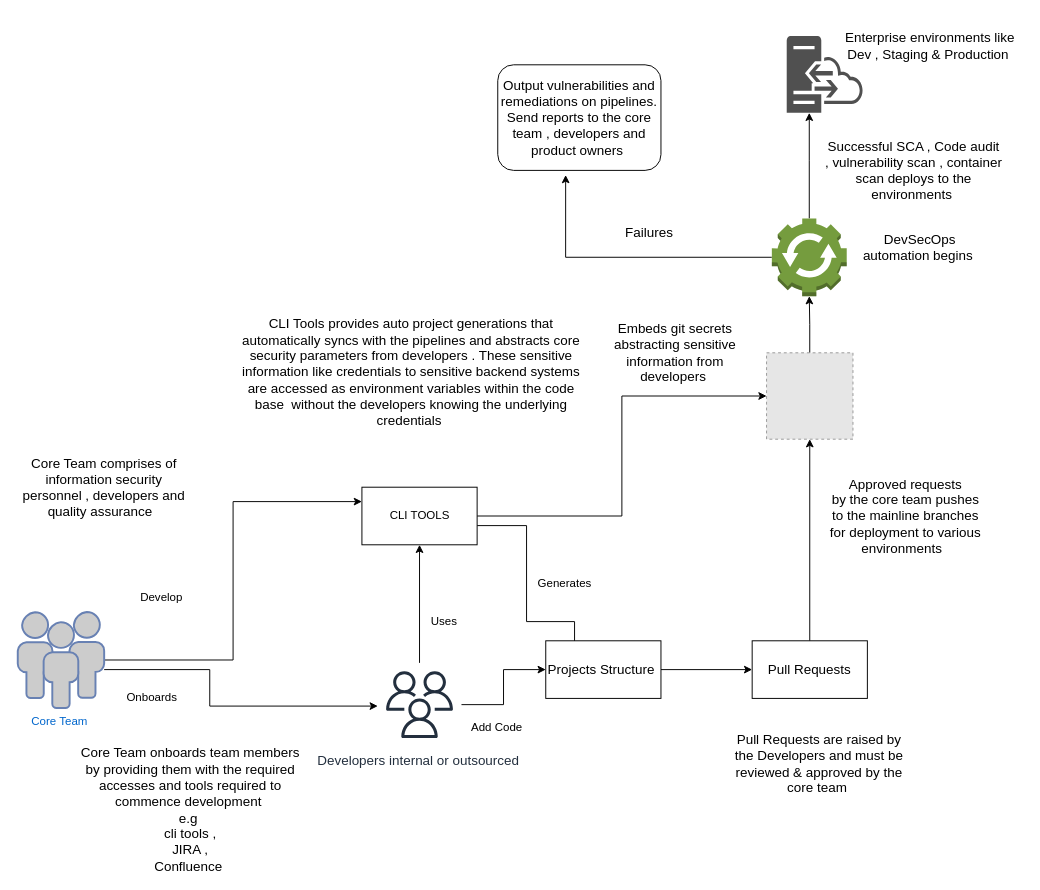
tyger-rareatom/consulting-architectures keeps this draw.io diagram as page "Internal process flow" (2 of 2) of icurity.drawio. Above is the earlier version. Source tidied: cells renumbered, new cells numbered last; positions are measured from the earlier drawing's top-left corner, leaving out a move shared by most shapes. Both pictures are drawn from the tidied source at 96%, with x=0, y=0 at pixel (17, 16). Pictures stored in the file or linked from it are replaced by grey dashed boxes.
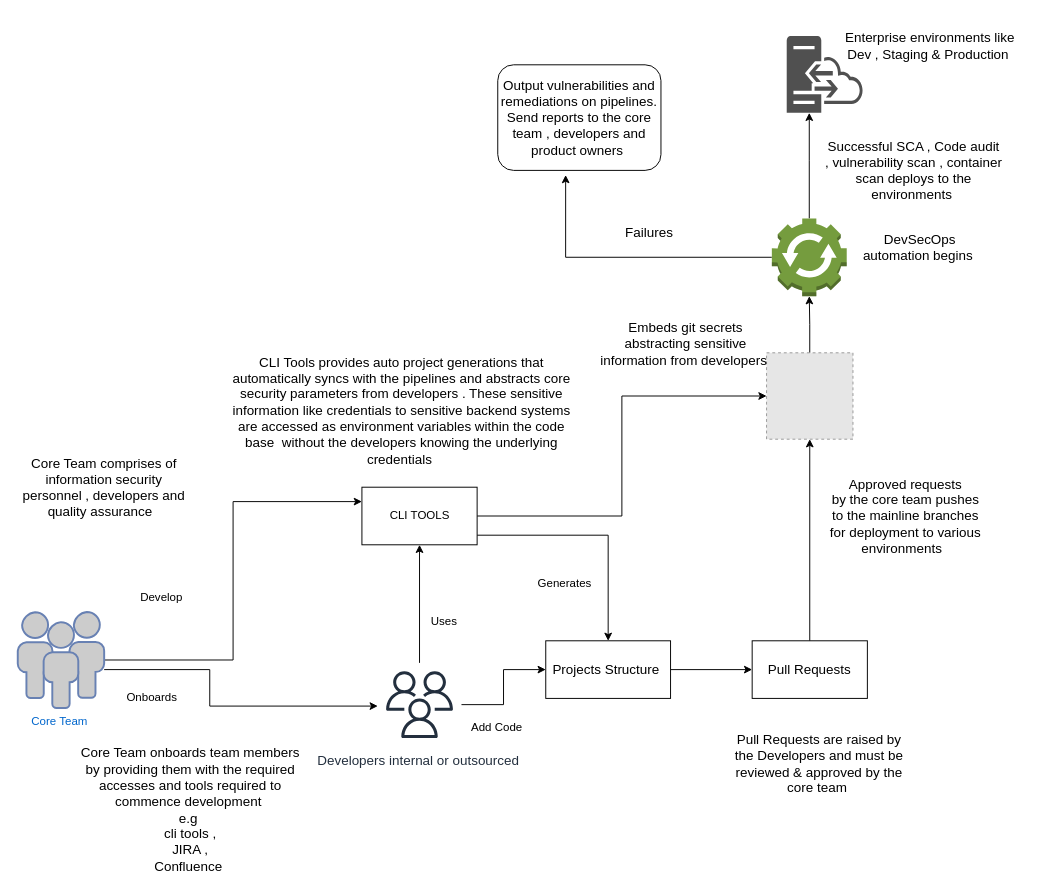
Above is the later version.

Commit message:
Tweaks to internal process flow

The change refers to these unchanged cells:
```xml
<mxCell id="12" value="CLI TOOLS" style="rounded=0;whiteSpace=wrap;html=1;" parent="1" vertex="1">
  <mxGeometry x="358.5" y="490" width="120" height="60" as="geometry" />
</mxCell>
```

What changed in the source:
```diff
@@
-    <mxCell id="11" style="edgeStyle=orthogonalEdgeStyle;rounded=0;jettySize=auto;html=1;entryX=0;entryY=0.5;entryDx=0;entryDy=0;" parent="1" edge="1" source="12" target="20">
+    <mxCell id="11" style="edgeStyle=orthogonalEdgeStyle;rounded=0;jettySize=auto;html=1;" parent="1" edge="1" source="12" target="20">
       <mxGeometry relative="1" as="geometry">
         <Array as="points">
-          <mxPoint x="530" y="530" />
-          <mxPoint x="530" y="630" />
-          <mxPoint x="580" y="630" />
+          <mxPoint x="615" y="540" />
         </Array>
       </mxGeometry>
     </mxCell>
@@
     <mxCell id="15" value="&lt;font style=&quot;font-size: 14px&quot;&gt;CLI Tools provides auto project generations that automatically syncs with the pipelines and abstracts core security parameters from developers . These sensitive information like credentials to sensitive backend systems are accessed as environment variables within the code base&amp;nbsp; without the developers knowing the underlying credentials&amp;nbsp;&lt;/font&gt;" style="text;html=1;strokeColor=none;fillColor=none;align=center;verticalAlign=middle;whiteSpace=wrap;rounded=0;" parent="1" vertex="1">
-      <mxGeometry x="230" y="310" width="360" height="120" as="geometry" />
+      <mxGeometry x="220" y="350" width="360" height="120" as="geometry" />
     </mxCell>
@@
     <mxCell id="18" value="&lt;font style=&quot;font-size: 14px&quot;&gt;Embeds git secrets abstracting sensitive information from developers&amp;nbsp;&lt;/font&gt;" style="text;html=1;strokeColor=none;fillColor=none;align=center;verticalAlign=middle;whiteSpace=wrap;rounded=0;" parent="1" vertex="1">
-      <mxGeometry x="620" y="300" width="130" height="100" as="geometry" />
+      <mxGeometry x="605.5" y="291" width="180" height="100" as="geometry" />
     </mxCell>
@@
     <mxCell id="20" value="&lt;span style=&quot;font-size: 14px&quot;&gt;Projects Structure&amp;nbsp;&lt;/span&gt;" style="rounded=0;whiteSpace=wrap;html=1;" parent="1" vertex="1">
-      <mxGeometry x="550" y="650" width="120" height="60" as="geometry" />
+      <mxGeometry x="550" y="650" width="130" height="60" as="geometry" />
     </mxCell>
```
